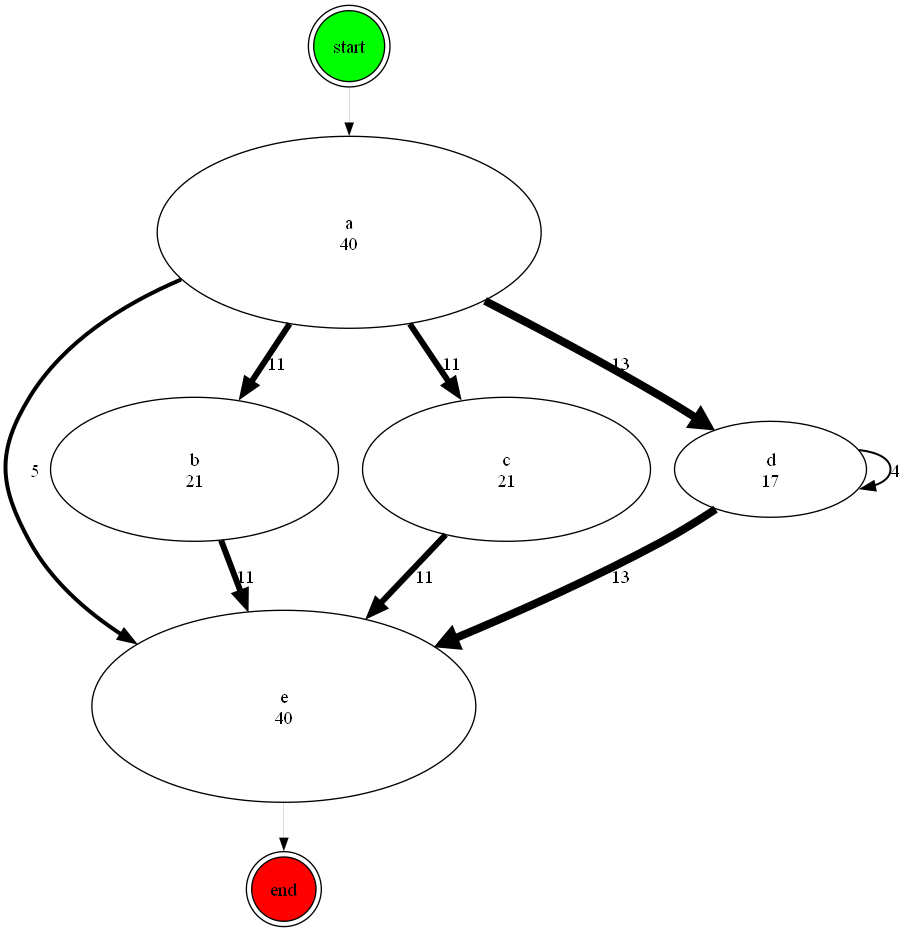
Before: temp/graph_viz.png, a diagram exported from Graphviz (ShiningVision/Process-Mining-Visualization). Its source is kept beside it as temp/graph_viz.dot. The source it was exported from:
```dot
digraph {
	graph [bb="0,0,670.64,690.96"];
	node [label="\N"];
	a	[height=2,
		label="a
40",
		pos="257.89,520.74",
		width=4];
	e	[height=2,
		label="e
40",
		pos="208.89,165.24",
		width=4];
	a -> e	[label=5,
		lp="22.265,342.99",
		penwidth=3.0,
		pos="e,98.711,211.85 131.84,485.32 88.047,466.65 43.57,438.58 18.14,396.99 -6.9002,356.04 -4.8515,331.12 18.14,288.99 33.819,260.25 59.428,\
237.23 86.865,219.25"];
	b	[height=1.5,
		label="b
21",
		pos="141.89,342.99",
		width=3];
	a -> b	[label=11,
		lp="203.64,422.86",
		penwidth=4.5,
		pos="e,175.38,394.73 213.21,452.04 203.58,437.45 193.44,422.08 183.92,407.66"];
	c	[height=1.5,
		label="c
21",
		pos="375.89,342.99",
		width=3];
	a -> c	[label=11,
		lp="334.64,422.86",
		penwidth=4.5,
		pos="e,341.82,394.73 303.34,452.04 313.14,437.45 323.45,422.08 333.14,407.66"];
	d	[height=1,
		label="d
17",
		pos="573.89,342.99",
		width=2];
	a -> d	[label=13,
		lp="461.64,422.86",
		penwidth=6.0,
		pos="e,531.92,372.56 359.71,469.31 401.48,447.91 450.01,422.13 492.89,396.99 501.36,392.02 510.18,386.56 518.75,381.09"];
	end	[fillcolor=red,
		height=0.78106,
		label=end,
		pos="208.89,28.118",
		shape=doublecircle,
		style=filled,
		width=0.78106];
	e -> end	[penwidth=0.1,
		pos="e,208.89,56.652 208.89,93.116 208.89,83.895 208.89,74.763 208.89,66.41"];
	b -> e	[label=11,
		lp="180.64,263.11",
		penwidth=4.5,
		pos="e,182.22,236.19 161.81,289.73 166.46,277.53 171.54,264.22 176.57,251.01"];
	c -> e	[label=11,
		lp="314.64,263.11",
		penwidth=4.5,
		pos="e,270.13,230.68 330.26,293.96 315.05,277.95 297.71,259.71 280.99,242.12"];
	d -> e	[label=13,
		lp="461.64,263.11",
		penwidth=6.0,
		pos="e,322.26,210.01 532.68,313.07 520.17,304.83 506.21,296.15 492.89,288.99 443.17,262.23 386.39,236.75 336.74,216.01"];
	d -> d	[label=4,
		lp="667.26,342.99",
		penwidth=1.5,
		pos="e,640.22,328.54 640.22,357.44 653.99,355.92 663.89,351.1 663.89,342.99 663.89,337.41 659.21,333.39 651.81,330.93"];
	start	[fillcolor=green,
		height=0.85036,
		label=start,
		pos="257.89,660.35",
		shape=doublecircle,
		style=filled,
		width=0.85036];
	start -> a	[penwidth=0.1,
		pos="e,257.89,593.04 257.89,629.49 257.89,621.45 257.89,612.36 257.89,602.94"];
}
```
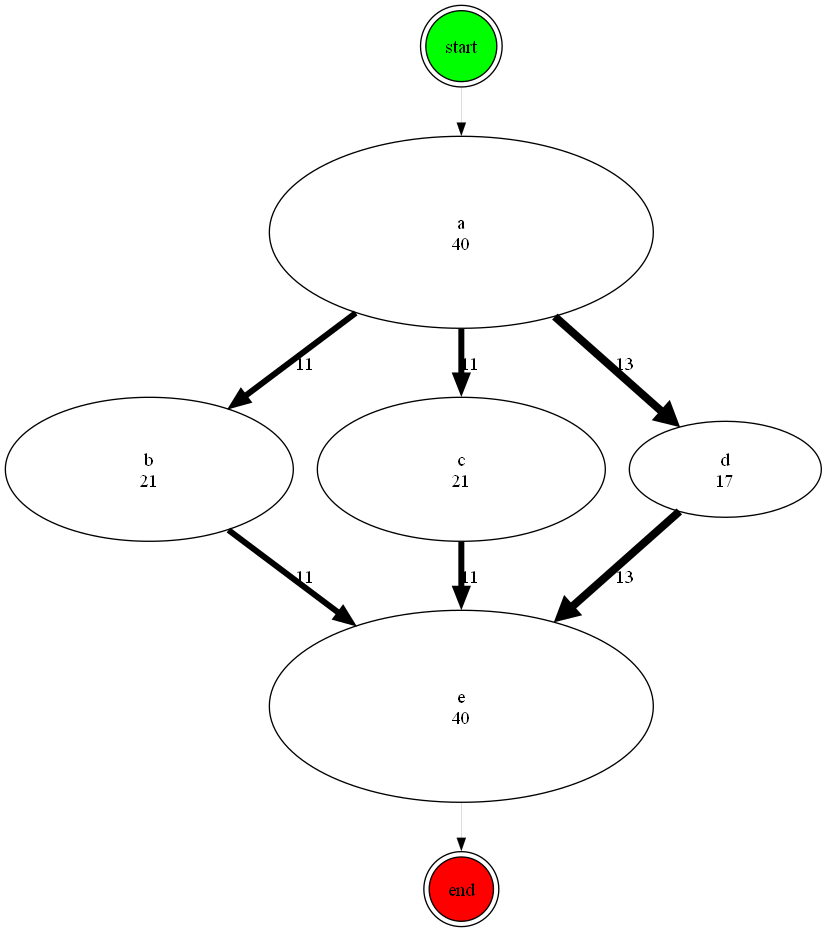
The same diagram one commit later.

Change to the diagram source:
```diff
@@ -1,80 +1,71 @@
 digraph {
-	graph [bb="0,0,670.64,690.96"];
+	graph [bb="0,0,612,690.96"];
 	node [label="\N"];
 	a	[height=2,
 		label="a
 40",
-		pos="257.89,520.74",
+		pos="342,520.74",
 		width=4];
+	b	[height=1.5,
+		label="b
+21",
+		pos="108,342.99",
+		width=3];
+	a -> b	[label=11,
+		lp="224.75,422.86",
+		penwidth=4.5,
+		pos="e,167.16,388.42 262.78,460.24 235.89,440.04 206.01,417.6 179.74,397.87"];
+	c	[height=1.5,
+		label="c
+21",
+		pos="342,342.99",
+		width=3];
+	a -> c	[label=11,
+		lp="348.75,422.86",
+		penwidth=4.5,
+		pos="e,342,397.34 342,448.25 342,436.69 342,424.74 342,413.23"];
+	d	[height=1,
+		label="d
+17",
+		pos="540,342.99",
+		width=2];
+	a -> d	[label=13,
+		lp="464.75,422.86",
+		penwidth=6.0,
+		pos="e,505.29,374.8 412.09,457.53 439.11,433.54 469.29,406.75 493.55,385.22"];
 	e	[height=2,
 		label="e
 40",
-		pos="208.89,165.24",
+		pos="342,165.24",
 		width=4];
-	a -> e	[label=5,
-		lp="22.265,342.99",
-		penwidth=3.0,
-		pos="e,98.711,211.85 131.84,485.32 88.047,466.65 43.57,438.58 18.14,396.99 -6.9002,356.04 -4.8515,331.12 18.14,288.99 33.819,260.25 59.428,\
-237.23 86.865,219.25"];
-	b	[height=1.5,
-		label="b
-21",
-		pos="141.89,342.99",
-		width=3];
-	a -> b	[label=11,
-		lp="203.64,422.86",
-		penwidth=4.5,
-		pos="e,175.38,394.73 213.21,452.04 203.58,437.45 193.44,422.08 183.92,407.66"];
-	c	[height=1.5,
-		label="c
-21",
-		pos="375.89,342.99",
-		width=3];
-	a -> c	[label=11,
-		lp="334.64,422.86",
-		penwidth=4.5,
-		pos="e,341.82,394.73 303.34,452.04 313.14,437.45 323.45,422.08 333.14,407.66"];
-	d	[height=1,
-		label="d
-17",
-		pos="573.89,342.99",
-		width=2];
-	a -> d	[label=13,
-		lp="461.64,422.86",
-		penwidth=6.0,
-		pos="e,531.92,372.56 359.71,469.31 401.48,447.91 450.01,422.13 492.89,396.99 501.36,392.02 510.18,386.56 518.75,381.09"];
 	end	[fillcolor=red,
 		height=0.78106,
 		label=end,
-		pos="208.89,28.118",
+		pos="342,28.118",
 		shape=doublecircle,
 		style=filled,
 		width=0.78106];
 	e -> end	[penwidth=0.1,
-		pos="e,208.89,56.652 208.89,93.116 208.89,83.895 208.89,74.763 208.89,66.41"];
+		pos="e,342,56.652 342,93.116 342,83.895 342,74.763 342,66.41"];
 	b -> e	[label=11,
-		lp="180.64,263.11",
+		lp="224.75,263.11",
 		penwidth=4.5,
-		pos="e,182.22,236.19 161.81,289.73 166.46,277.53 171.54,264.22 176.57,251.01"];
+		pos="e,262.83,225.7 167.35,297.41 192.48,278.54 222.33,256.11 250.19,235.19"];
 	c -> e	[label=11,
-		lp="314.64,263.11",
+		lp="348.75,263.11",
 		penwidth=4.5,
-		pos="e,270.13,230.68 330.26,293.96 315.05,277.95 297.71,259.71 280.99,242.12"];
+		pos="e,342,237.44 342,288.78 342,277.54 342,265.4 342,253.28"];
 	d -> e	[label=13,
-		lp="461.64,263.11",
+		lp="464.75,263.11",
 		penwidth=6.0,
-		pos="e,322.26,210.01 532.68,313.07 520.17,304.83 506.21,296.15 492.89,288.99 443.17,262.23 386.39,236.75 336.74,216.01"];
-	d -> d	[label=4,
-		lp="667.26,342.99",
-		penwidth=1.5,
-		pos="e,640.22,328.54 640.22,357.44 653.99,355.92 663.89,351.1 663.89,342.99 663.89,337.41 659.21,333.39 651.81,330.93"];
+		pos="e,412.16,228.51 505.51,311.37 482.92,291.32 452.39,264.22 423.82,238.87"];
 	start	[fillcolor=green,
 		height=0.85036,
 		label=start,
-		pos="257.89,660.35",
+		pos="342,660.35",
 		shape=doublecircle,
 		style=filled,
 		width=0.85036];
 	start -> a	[penwidth=0.1,
-		pos="e,257.89,593.04 257.89,629.49 257.89,621.45 257.89,612.36 257.89,602.94"];
+		pos="e,342,593.04 342,629.49 342,621.45 342,612.36 342,602.94"];
 }
```
